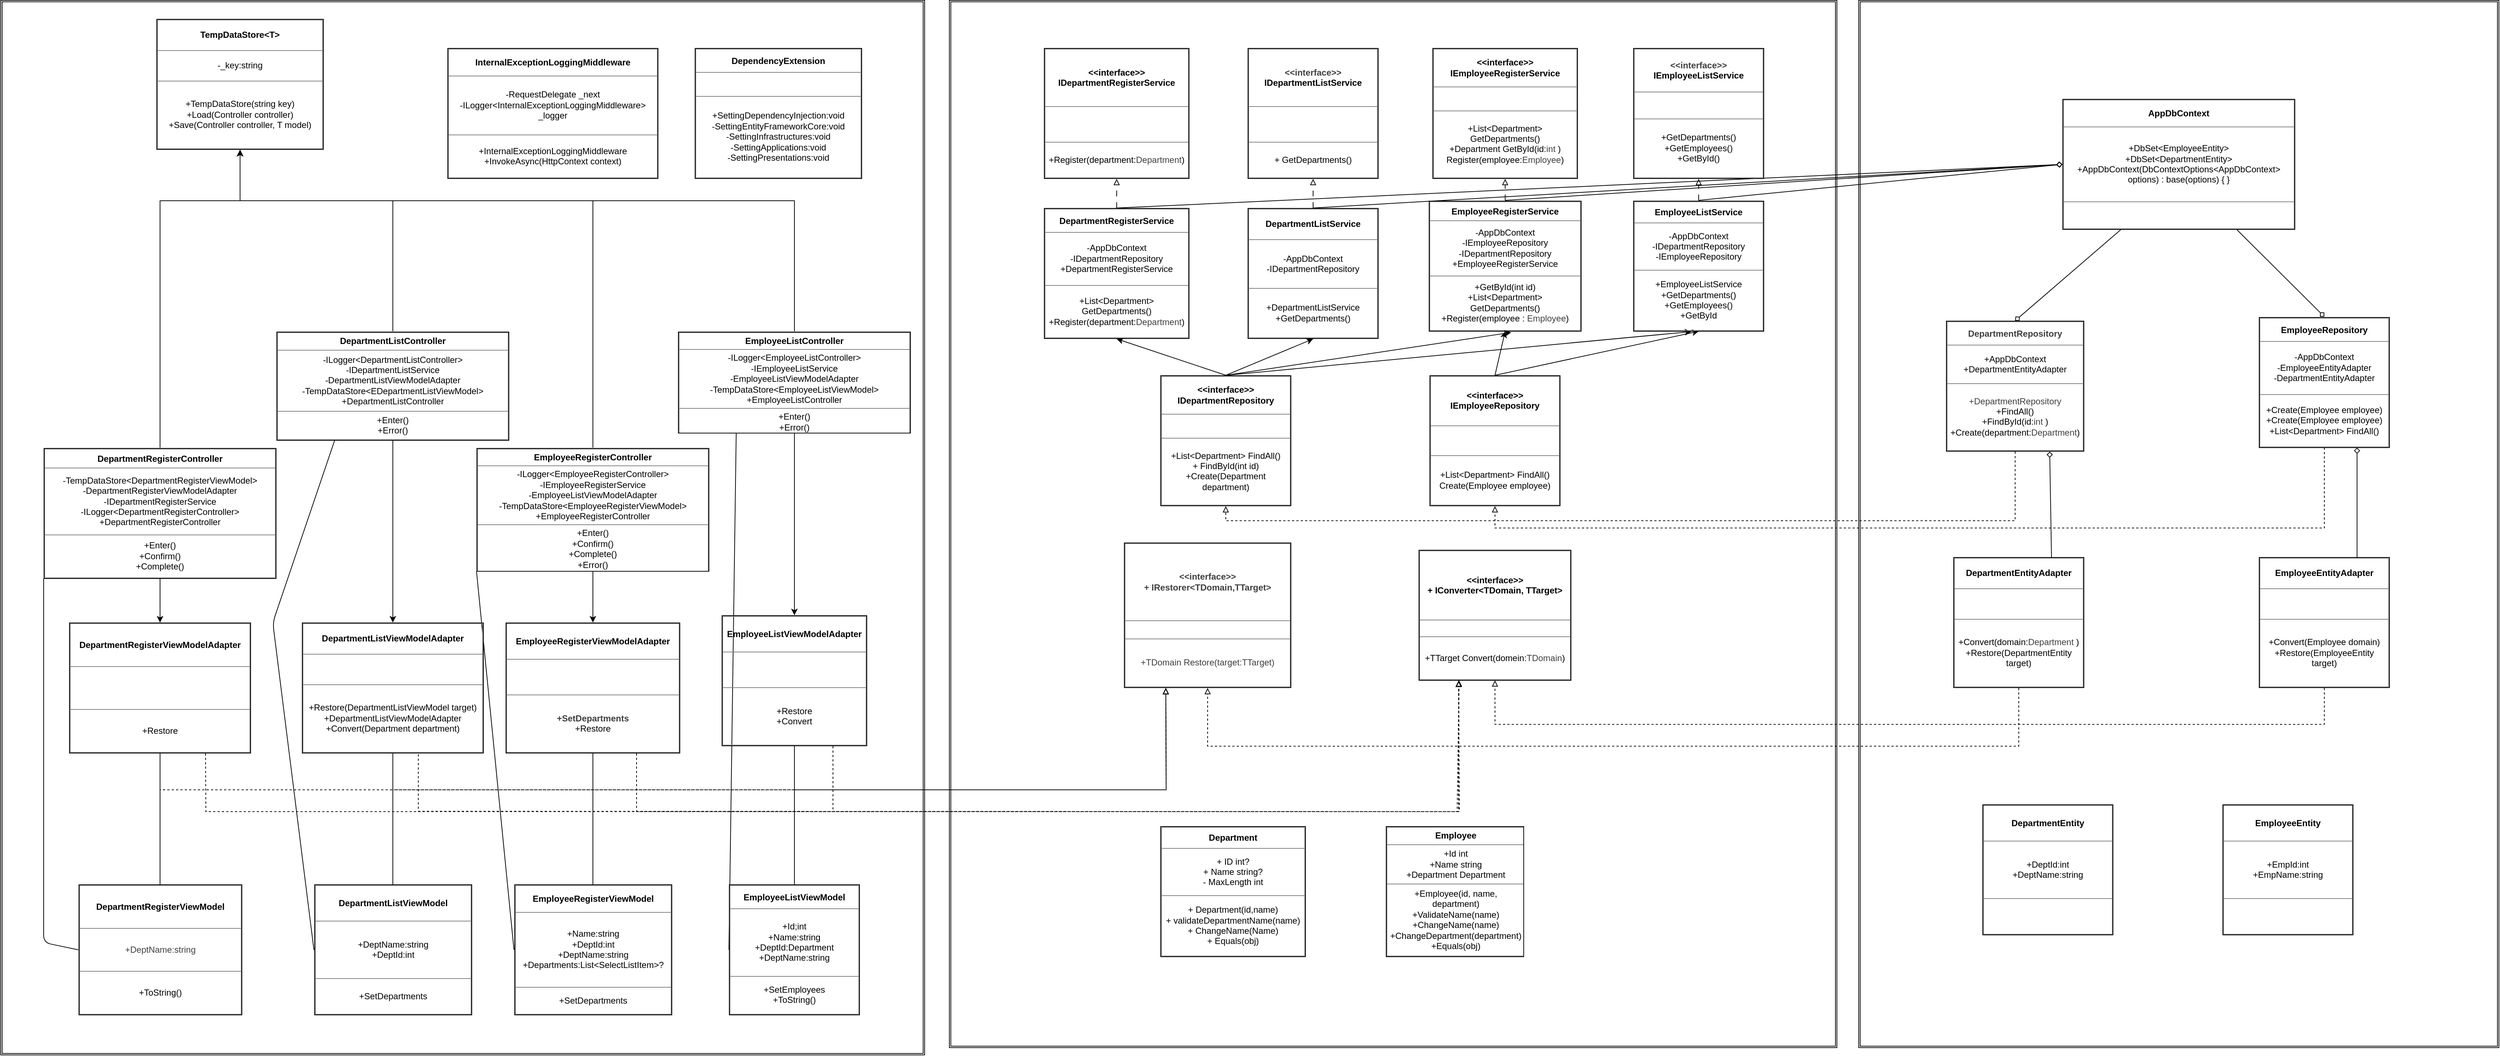
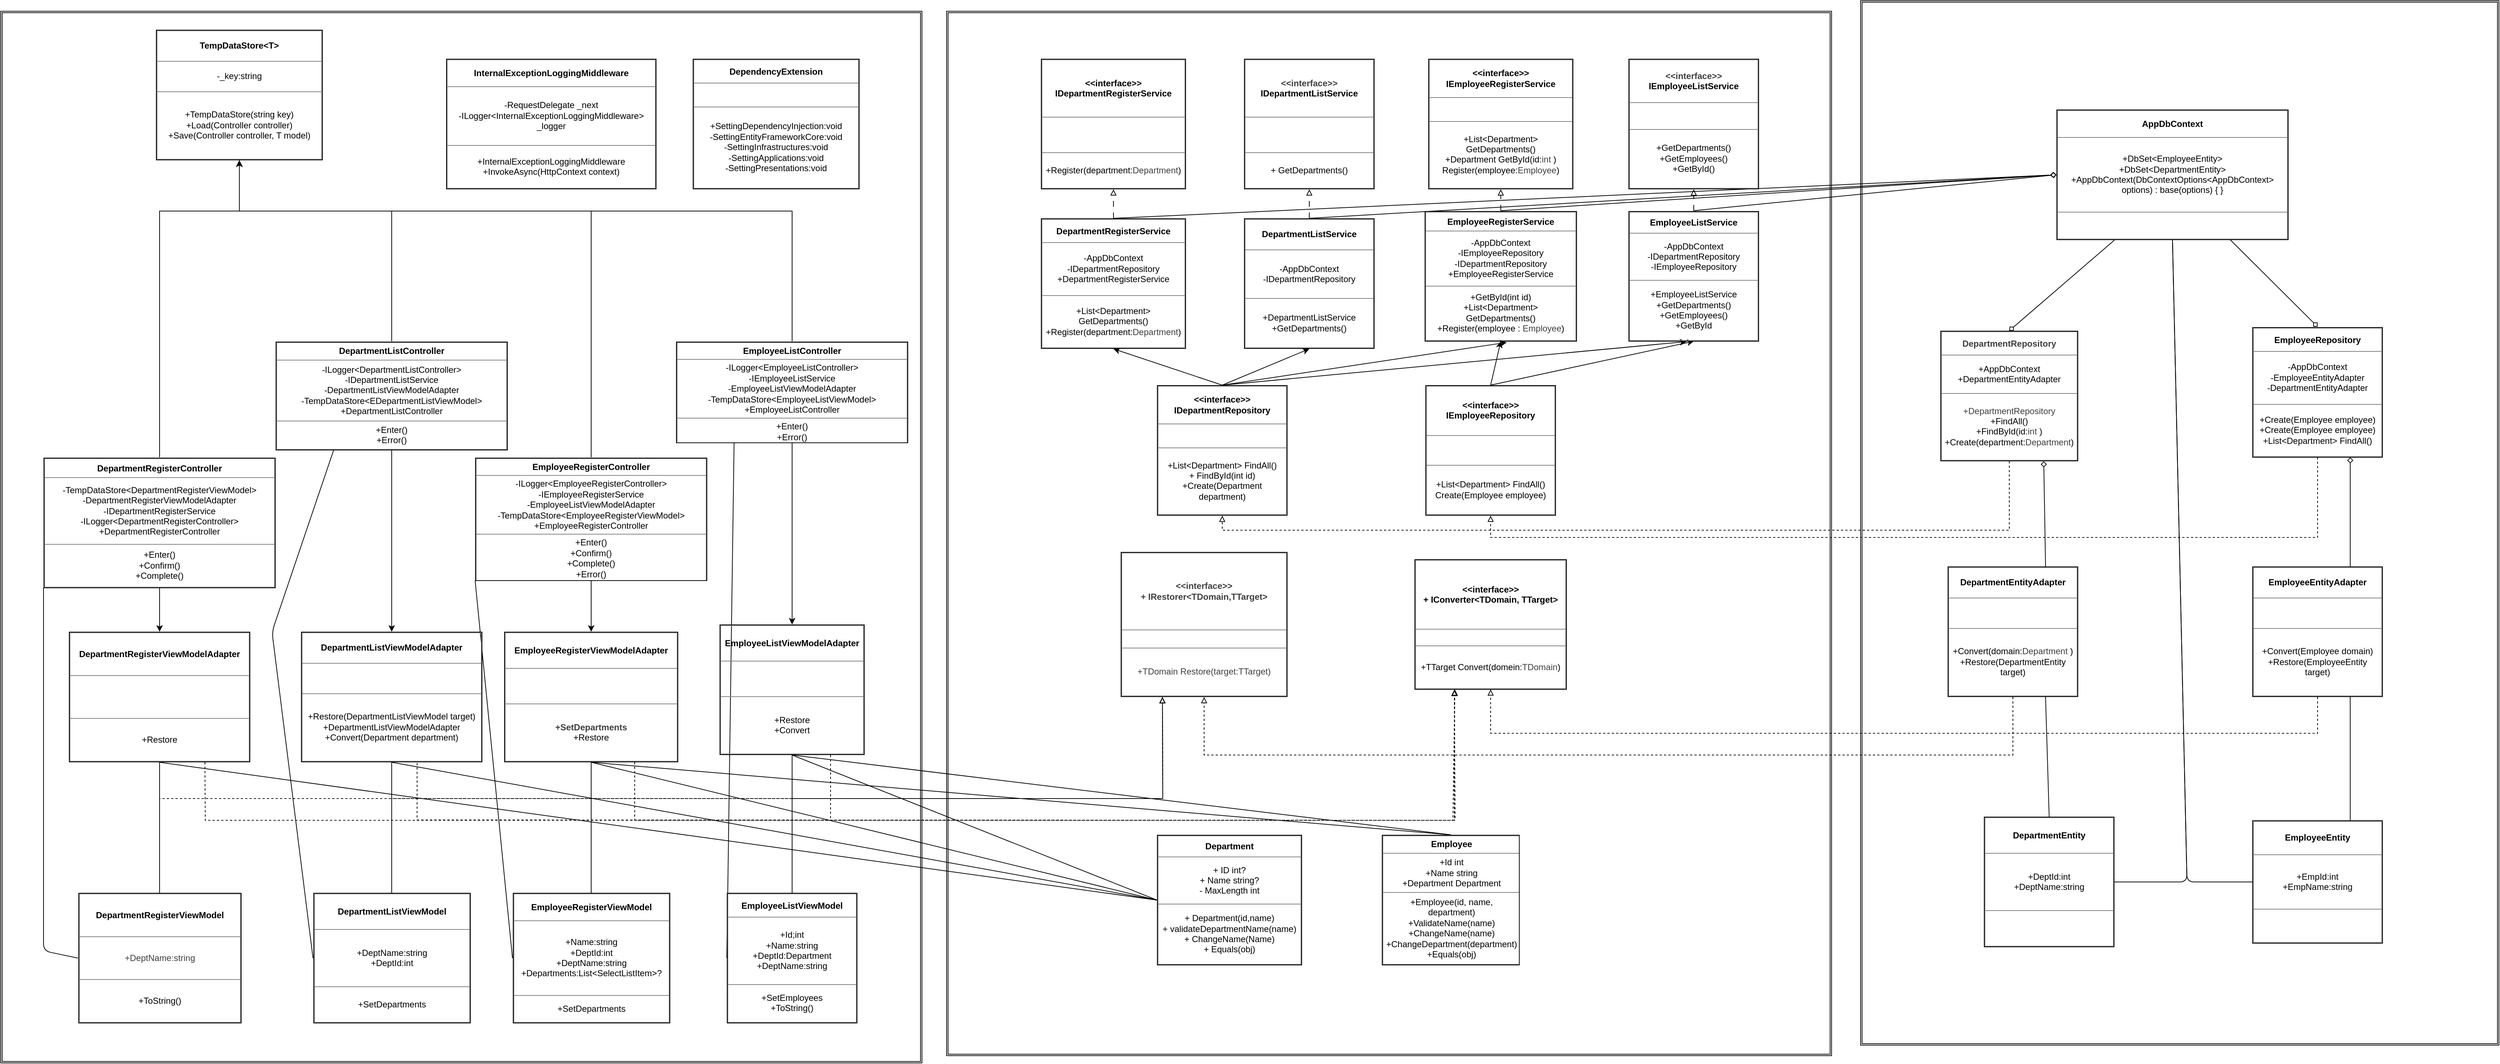
<mxfile host="65bd71144e">
    <diagram name="ページ-1" id="61RVPWnuirh5MR-BbGoL">
-         <mxGraphModel dx="3704" dy="1937" grid="1" gridSize="10" guides="1" tooltips="1" connect="1" arrows="1" fold="1" page="1" pageScale="1" pageWidth="827" pageHeight="1169" math="0" shadow="0">
+         <mxGraphModel dx="2669" dy="1776" grid="1" gridSize="10" guides="1" tooltips="1" connect="1" arrows="1" fold="1" page="1" pageScale="1" pageWidth="827" pageHeight="1169" math="0" shadow="0">
            <root>
                <mxCell id="0"/>
                <mxCell id="1" parent="0"/>
                <mxCell id="60" value="" style="shape=ext;double=1;rounded=0;whiteSpace=wrap;html=1;" parent="1" vertex="1">
-                     <mxGeometry x="900" y="-35.5" width="880" height="1440" as="geometry"/>
+                     <mxGeometry x="910" y="-50" width="880" height="1440" as="geometry"/>
                </mxCell>
                <mxCell id="59" value="" style="shape=ext;double=1;rounded=0;whiteSpace=wrap;html=1;" parent="1" vertex="1">
                    <mxGeometry x="-350" y="-35.5" width="1220" height="1440" as="geometry"/>
                </mxCell>
                <mxCell id="58" value="" style="shape=ext;double=1;rounded=0;whiteSpace=wrap;html=1;" parent="1" vertex="1">
                    <mxGeometry x="-1654" y="-35.5" width="1270" height="1450" as="geometry"/>
                </mxCell>
                <mxCell id="72" style="edgeStyle=none;html=1;exitX=0.5;exitY=1;exitDx=0;exitDy=0;entryX=0.5;entryY=0;entryDx=0;entryDy=0;" parent="1" source="2" target="50" edge="1">
                    <mxGeometry relative="1" as="geometry"/>
                </mxCell>
                <mxCell id="75" style="edgeStyle=none;html=1;exitX=0.5;exitY=0;exitDx=0;exitDy=0;entryX=0.5;entryY=1;entryDx=0;entryDy=0;rounded=0;curved=0;" parent="1" source="2" target="41" edge="1">
                    <mxGeometry relative="1" as="geometry">
                        <Array as="points">
                            <mxPoint x="-1115" y="240"/>
                            <mxPoint x="-1325" y="240"/>
                        </Array>
                    </mxGeometry>
                </mxCell>
-                 <mxCell id="143" style="edgeStyle=none;html=1;exitX=0.25;exitY=1;exitDx=0;exitDy=0;entryX=0;entryY=0.5;entryDx=0;entryDy=0;endArrow=none;endFill=0;" edge="1" parent="1" source="2" target="49">
+                 <mxCell id="143" style="edgeStyle=none;html=1;exitX=0.25;exitY=1;exitDx=0;exitDy=0;entryX=0;entryY=0.5;entryDx=0;entryDy=0;endArrow=none;endFill=0;" parent="1" source="2" target="49" edge="1">
                    <mxGeometry relative="1" as="geometry">
                        <Array as="points">
                            <mxPoint x="-1280" y="820"/>
                        </Array>
                    </mxGeometry>
                </mxCell>
                <mxCell id="2" value="&lt;table border=&quot;1&quot; width=&quot;100%&quot; height=&quot;100%&quot; cellpadding=&quot;4&quot; style=&quot;width:100%;height:100%;border-collapse:collapse;&quot;&gt;&lt;tbody&gt;&lt;tr&gt;&lt;th align=&quot;center&quot;&gt;DepartmentListController&lt;/th&gt;&lt;/tr&gt;&lt;tr&gt;&lt;td align=&quot;center&quot;&gt;-ILogger&amp;lt;DepartmentListController&amp;gt;&lt;br&gt;-IDepartmentListService&lt;br&gt;-DepartmentListViewModelAdapter&lt;br&gt;-TempDataStore&amp;lt;EDepartmentListViewModel&amp;gt;&lt;br&gt;+DepartmentListController&lt;/td&gt;&lt;/tr&gt;&lt;tr&gt;&lt;td align=&quot;center&quot;&gt;+Enter()&lt;br&gt;+Error()&lt;/td&gt;&lt;/tr&gt;&lt;/tbody&gt;&lt;/table&gt;" style="text;html=1;whiteSpace=wrap;strokeColor=none;fillColor=none;overflow=fill;labelBorderColor=default;" parent="1" vertex="1">
                    <mxGeometry x="-1275" y="419.5" width="320" height="150" as="geometry"/>
                </mxCell>
                <mxCell id="73" style="edgeStyle=none;html=1;exitX=0.5;exitY=1;exitDx=0;exitDy=0;entryX=0.5;entryY=0;entryDx=0;entryDy=0;" parent="1" source="6" target="52" edge="1">
                    <mxGeometry relative="1" as="geometry"/>
                </mxCell>
                <mxCell id="74" style="edgeStyle=none;html=1;exitX=0.5;exitY=0;exitDx=0;exitDy=0;entryX=0.5;entryY=1;entryDx=0;entryDy=0;rounded=0;curved=0;" parent="1" source="6" target="41" edge="1">
                    <mxGeometry relative="1" as="geometry">
                        <Array as="points">
                            <mxPoint x="-1435" y="240"/>
                            <mxPoint x="-1325" y="240"/>
                        </Array>
                    </mxGeometry>
                </mxCell>
-                 <mxCell id="142" style="edgeStyle=none;html=1;exitX=0;exitY=1;exitDx=0;exitDy=0;entryX=0;entryY=0.5;entryDx=0;entryDy=0;endArrow=none;endFill=0;" edge="1" parent="1" source="6" target="51">
+                 <mxCell id="142" style="edgeStyle=none;html=1;exitX=0;exitY=1;exitDx=0;exitDy=0;entryX=0;entryY=0.5;entryDx=0;entryDy=0;endArrow=none;endFill=0;" parent="1" source="6" target="51" edge="1">
                    <mxGeometry relative="1" as="geometry">
                        <Array as="points">
                            <mxPoint x="-1595" y="1260"/>
                        </Array>
                    </mxGeometry>
                </mxCell>
                <mxCell id="6" value="&lt;table border=&quot;1&quot; width=&quot;100%&quot; height=&quot;100%&quot; cellpadding=&quot;4&quot; style=&quot;width:100%;height:100%;border-collapse:collapse;&quot;&gt;&lt;tbody&gt;&lt;tr&gt;&lt;th align=&quot;center&quot;&gt;DepartmentRegisterController&lt;/th&gt;&lt;/tr&gt;&lt;tr&gt;&lt;td align=&quot;center&quot;&gt;-TempDataStore&amp;lt;DepartmentRegisterViewModel&amp;gt;&lt;br&gt;-DepartmentRegisterViewModelAdapter&lt;br&gt;-IDepartmentRegisterService&lt;br&gt;-ILogger&amp;lt;DepartmentRegisterController&amp;gt;&lt;br&gt;+DepartmentRegisterController&lt;br&gt;&lt;/td&gt;&lt;/tr&gt;&lt;tr&gt;&lt;td align=&quot;center&quot;&gt;+Enter()&lt;br&gt;+Confirm()&lt;br&gt;+Complete()&lt;/td&gt;&lt;/tr&gt;&lt;/tbody&gt;&lt;/table&gt;" style="text;html=1;whiteSpace=wrap;strokeColor=none;fillColor=none;overflow=fill;labelBorderColor=default;" parent="1" vertex="1">
                    <mxGeometry x="-1595" y="579.5" width="320" height="180" as="geometry"/>
                </mxCell>
                <mxCell id="70" style="edgeStyle=none;html=1;exitX=0.5;exitY=1;exitDx=0;exitDy=0;entryX=0.5;entryY=0;entryDx=0;entryDy=0;" parent="1" source="9" target="56" edge="1">
                    <mxGeometry relative="1" as="geometry"/>
                </mxCell>
                <mxCell id="77" style="edgeStyle=none;html=1;exitX=0.5;exitY=0;exitDx=0;exitDy=0;entryX=0.5;entryY=1;entryDx=0;entryDy=0;rounded=0;curved=0;" parent="1" source="9" target="41" edge="1">
                    <mxGeometry relative="1" as="geometry">
                        <Array as="points">
                            <mxPoint x="-563" y="240"/>
                            <mxPoint x="-840" y="240"/>
                            <mxPoint x="-1325" y="240"/>
                        </Array>
                    </mxGeometry>
                </mxCell>
-                 <mxCell id="145" style="edgeStyle=none;html=1;exitX=0.25;exitY=1;exitDx=0;exitDy=0;entryX=0;entryY=0.5;entryDx=0;entryDy=0;endArrow=none;endFill=0;" edge="1" parent="1" source="9" target="55">
+                 <mxCell id="145" style="edgeStyle=none;html=1;exitX=0.25;exitY=1;exitDx=0;exitDy=0;entryX=0;entryY=0.5;entryDx=0;entryDy=0;endArrow=none;endFill=0;" parent="1" source="9" target="55" edge="1">
                    <mxGeometry relative="1" as="geometry"/>
                </mxCell>
                <mxCell id="9" value="&lt;table border=&quot;1&quot; width=&quot;100%&quot; height=&quot;100%&quot; cellpadding=&quot;4&quot; style=&quot;width:100%;height:100%;border-collapse:collapse;&quot;&gt;&lt;tbody&gt;&lt;tr&gt;&lt;th align=&quot;center&quot;&gt;EmployeeListController&lt;/th&gt;&lt;/tr&gt;&lt;tr&gt;&lt;td align=&quot;center&quot;&gt;-ILogger&amp;lt;EmployeeListController&amp;gt;&lt;br&gt;-IEmployeeListService&lt;br&gt;-EmployeeListViewModelAdapter&lt;br&gt;-TempDataStore&amp;lt;EmployeeListViewModel&amp;gt;&lt;br&gt;+EmployeeListController&lt;/td&gt;&lt;/tr&gt;&lt;tr&gt;&lt;td align=&quot;center&quot;&gt;+Enter()&lt;br&gt;+Error()&lt;/td&gt;&lt;/tr&gt;&lt;/tbody&gt;&lt;/table&gt;" style="text;html=1;whiteSpace=wrap;strokeColor=none;fillColor=none;overflow=fill;labelBorderColor=default;" parent="1" vertex="1">
                    <mxGeometry x="-723" y="419.5" width="320" height="140" as="geometry"/>
                </mxCell>
                <mxCell id="71" style="edgeStyle=none;html=1;exitX=0.5;exitY=1;exitDx=0;exitDy=0;entryX=0.5;entryY=0;entryDx=0;entryDy=0;" parent="1" source="10" target="54" edge="1">
                    <mxGeometry relative="1" as="geometry"/>
                </mxCell>
                <mxCell id="76" style="edgeStyle=none;html=1;exitX=0.5;exitY=0;exitDx=0;exitDy=0;entryX=0.5;entryY=1;entryDx=0;entryDy=0;rounded=0;curved=0;" parent="1" source="10" target="41" edge="1">
                    <mxGeometry relative="1" as="geometry">
                        <Array as="points">
                            <mxPoint x="-840" y="240"/>
                            <mxPoint x="-1325" y="240"/>
                        </Array>
                    </mxGeometry>
                </mxCell>
-                 <mxCell id="144" style="edgeStyle=none;html=1;exitX=0;exitY=1;exitDx=0;exitDy=0;entryX=0;entryY=0.5;entryDx=0;entryDy=0;endArrow=none;endFill=0;" edge="1" parent="1" source="10" target="53">
+                 <mxCell id="144" style="edgeStyle=none;html=1;exitX=0;exitY=1;exitDx=0;exitDy=0;entryX=0;entryY=0.5;entryDx=0;entryDy=0;endArrow=none;endFill=0;" parent="1" source="10" target="53" edge="1">
                    <mxGeometry relative="1" as="geometry"/>
                </mxCell>
                <mxCell id="10" value="&lt;table border=&quot;1&quot; width=&quot;100%&quot; height=&quot;100%&quot; cellpadding=&quot;4&quot; style=&quot;width:100%;height:100%;border-collapse:collapse;&quot;&gt;&lt;tbody&gt;&lt;tr&gt;&lt;th align=&quot;center&quot;&gt;EmployeeRegisterController&lt;/th&gt;&lt;/tr&gt;&lt;tr&gt;&lt;td align=&quot;center&quot;&gt;-ILogger&amp;lt;EmployeeRegisterController&amp;gt;&lt;br&gt;-IEmployeeRegisterService&lt;br&gt;-EmployeeListViewModelAdapter&lt;br&gt;-TempDataStore&amp;lt;EmployeeRegisterViewModel&amp;gt;&lt;br&gt;+EmployeeRegisterController&lt;/td&gt;&lt;/tr&gt;&lt;tr&gt;&lt;td align=&quot;center&quot;&gt;+Enter()&lt;br&gt;+Confirm()&lt;br&gt;+Complete()&lt;br&gt;+Error()&lt;/td&gt;&lt;/tr&gt;&lt;/tbody&gt;&lt;/table&gt;" style="text;html=1;whiteSpace=wrap;strokeColor=none;fillColor=none;overflow=fill;labelBorderColor=default;" parent="1" vertex="1">
                    <mxGeometry x="-1000" y="579.5" width="320" height="170" as="geometry"/>
                </mxCell>
                <mxCell id="11" value="&lt;table border=&quot;1&quot; width=&quot;100%&quot; height=&quot;100%&quot; cellpadding=&quot;4&quot; style=&quot;width:100%;height:100%;border-collapse:collapse;&quot;&gt;&lt;tbody&gt;&lt;tr&gt;&lt;th align=&quot;center&quot;&gt;&amp;lt;&amp;lt;interface&amp;gt;&amp;gt;&lt;br&gt;+ IConverter&amp;lt;TDomain, TTarget&amp;gt;&lt;/th&gt;&lt;/tr&gt;&lt;tr&gt;&lt;td align=&quot;center&quot;&gt;&lt;/td&gt;&lt;/tr&gt;&lt;tr&gt;&lt;td align=&quot;center&quot;&gt;+TTarget Convert(domein:&lt;span style=&quot;color: rgb(63, 63, 63);&quot;&gt;TDomain&lt;/span&gt;)&lt;br&gt;&lt;/td&gt;&lt;/tr&gt;&lt;/tbody&gt;&lt;/table&gt;" style="text;html=1;whiteSpace=wrap;strokeColor=none;fillColor=none;overflow=fill;labelBackgroundColor=none;labelBorderColor=default;" parent="1" vertex="1">
                    <mxGeometry x="295" y="719.5" width="210" height="180" as="geometry"/>
                </mxCell>
+                 <mxCell id="151" style="edgeStyle=none;html=1;exitX=0;exitY=0.5;exitDx=0;exitDy=0;entryX=0.5;entryY=1;entryDx=0;entryDy=0;endArrow=none;endFill=0;" parent="1" source="14" target="56" edge="1">
+                     <mxGeometry relative="1" as="geometry"/>
+                 </mxCell>
+                 <mxCell id="152" style="edgeStyle=none;html=1;exitX=0;exitY=0.5;exitDx=0;exitDy=0;entryX=0.5;entryY=1;entryDx=0;entryDy=0;endArrow=none;endFill=0;" parent="1" source="14" target="54" edge="1">
+                     <mxGeometry relative="1" as="geometry"/>
+                 </mxCell>
+                 <mxCell id="153" style="edgeStyle=none;html=1;exitX=0;exitY=0.5;exitDx=0;exitDy=0;entryX=0.5;entryY=1;entryDx=0;entryDy=0;endArrow=none;endFill=0;" parent="1" source="14" target="50" edge="1">
+                     <mxGeometry relative="1" as="geometry"/>
+                 </mxCell>
+                 <mxCell id="154" style="edgeStyle=none;html=1;exitX=0;exitY=0.5;exitDx=0;exitDy=0;entryX=0.5;entryY=1;entryDx=0;entryDy=0;endArrow=none;endFill=0;" parent="1" source="14" target="52" edge="1">
+                     <mxGeometry relative="1" as="geometry"/>
+                 </mxCell>
                <mxCell id="14" value="&lt;table border=&quot;1&quot; width=&quot;100%&quot; height=&quot;100%&quot; cellpadding=&quot;4&quot; style=&quot;width:100%;height:100%;border-collapse:collapse;&quot;&gt;&lt;tbody&gt;&lt;tr&gt;&lt;th align=&quot;center&quot;&gt;Department&lt;/th&gt;&lt;/tr&gt;&lt;tr&gt;&lt;td align=&quot;center&quot;&gt;+ ID int?&lt;br&gt;+ Name string?&lt;br&gt;- MaxLength int&lt;/td&gt;&lt;/tr&gt;&lt;tr&gt;&lt;td align=&quot;center&quot;&gt;+ Department(id,name)&lt;br&gt;+ validateDepartmentName(name)&lt;br&gt;+ ChangeName(Name)&lt;br&gt;+ Equals(obj)&lt;/td&gt;&lt;/tr&gt;&lt;/tbody&gt;&lt;/table&gt;" style="text;html=1;whiteSpace=wrap;strokeColor=none;fillColor=none;overflow=fill;labelBorderColor=default;" parent="1" vertex="1">
                    <mxGeometry x="-60" y="1100" width="200" height="180" as="geometry"/>
                </mxCell>
+                 <mxCell id="155" style="edgeStyle=none;html=1;exitX=0.5;exitY=0;exitDx=0;exitDy=0;entryX=0.5;entryY=1;entryDx=0;entryDy=0;endArrow=none;endFill=0;" parent="1" source="15" target="56" edge="1">
+                     <mxGeometry relative="1" as="geometry"/>
+                 </mxCell>
+                 <mxCell id="156" style="edgeStyle=none;html=1;exitX=0.5;exitY=0;exitDx=0;exitDy=0;entryX=0.5;entryY=1;entryDx=0;entryDy=0;endArrow=none;endFill=0;" parent="1" source="15" target="54" edge="1">
+                     <mxGeometry relative="1" as="geometry"/>
+                 </mxCell>
                <mxCell id="15" value="&lt;table border=&quot;1&quot; width=&quot;100%&quot; height=&quot;100%&quot; cellpadding=&quot;4&quot; style=&quot;width:100%;height:100%;border-collapse:collapse;&quot;&gt;&lt;tbody&gt;&lt;tr&gt;&lt;th align=&quot;center&quot;&gt;Employee&lt;/th&gt;&lt;/tr&gt;&lt;tr&gt;&lt;td align=&quot;center&quot;&gt;&lt;font face=&quot;Helvetica&quot;&gt;+Id int&lt;br&gt;+Name string&lt;br&gt;+Department Department&lt;br&gt;&lt;/font&gt;&lt;/td&gt;&lt;/tr&gt;&lt;tr&gt;&lt;td align=&quot;center&quot;&gt;+Employee(id, name, department)&lt;br&gt;+ValidateName(name)&lt;br&gt;+ChangeName(name)&lt;br&gt;+ChangeDepartment(department)&lt;br&gt;+Equals(obj)&lt;/td&gt;&lt;/tr&gt;&lt;/tbody&gt;&lt;/table&gt;" style="text;html=1;whiteSpace=wrap;strokeColor=none;fillColor=none;overflow=fill;labelBackgroundColor=none;labelBorderColor=default;" parent="1" vertex="1">
                    <mxGeometry x="250" y="1100" width="190" height="180" as="geometry"/>
                </mxCell>
                <mxCell id="46" style="edgeStyle=none;html=1;exitX=0.5;exitY=0;exitDx=0;exitDy=0;entryX=0.5;entryY=1;entryDx=0;entryDy=0;" parent="1" source="16" target="22" edge="1">
                    <mxGeometry relative="1" as="geometry"/>
                </mxCell>
                <mxCell id="87" style="edgeStyle=none;html=1;exitX=0.5;exitY=0;exitDx=0;exitDy=0;" parent="1" source="16" edge="1">
                    <mxGeometry relative="1" as="geometry">
                        <mxPoint x="670" y="420" as="targetPoint"/>
                    </mxGeometry>
                </mxCell>
                <mxCell id="89" style="edgeStyle=none;html=1;exitX=0.5;exitY=0;exitDx=0;exitDy=0;entryX=0.5;entryY=1;entryDx=0;entryDy=0;" parent="1" source="16" target="81" edge="1">
                    <mxGeometry relative="1" as="geometry"/>
                </mxCell>
                <mxCell id="16" value="&lt;table border=&quot;1&quot; width=&quot;100%&quot; height=&quot;100%&quot; cellpadding=&quot;4&quot; style=&quot;width:100%;height:100%;border-collapse:collapse;&quot;&gt;&lt;tbody&gt;&lt;tr&gt;&lt;th align=&quot;center&quot;&gt;&amp;lt;&amp;lt;interface&amp;gt;&amp;gt;&lt;br&gt;IDepartmentRepository&lt;/th&gt;&lt;/tr&gt;&lt;tr&gt;&lt;td align=&quot;center&quot;&gt;&lt;br&gt;&lt;/td&gt;&lt;/tr&gt;&lt;tr&gt;&lt;td align=&quot;center&quot;&gt;+List&amp;lt;Department&amp;gt; FindAll()&lt;br&gt;+ FindById(int id)&lt;br&gt;+Create(Department department)&lt;/td&gt;&lt;/tr&gt;&lt;/tbody&gt;&lt;/table&gt;" style="text;html=1;whiteSpace=wrap;strokeColor=none;fillColor=none;overflow=fill;labelBorderColor=default;" parent="1" vertex="1">
                    <mxGeometry x="-60" y="480" width="180" height="180" as="geometry"/>
                </mxCell>
                <mxCell id="47" style="edgeStyle=none;html=1;exitX=0.5;exitY=0;exitDx=0;exitDy=0;entryX=0.5;entryY=1;entryDx=0;entryDy=0;" parent="1" source="17" target="23" edge="1">
                    <mxGeometry relative="1" as="geometry"/>
                </mxCell>
                <mxCell id="86" style="edgeStyle=none;html=1;exitX=0.5;exitY=0;exitDx=0;exitDy=0;entryX=0.5;entryY=1;entryDx=0;entryDy=0;" parent="1" source="17" target="83" edge="1">
                    <mxGeometry relative="1" as="geometry"/>
                </mxCell>
                <mxCell id="17" value="&lt;table border=&quot;1&quot; width=&quot;100%&quot; height=&quot;100%&quot; cellpadding=&quot;4&quot; style=&quot;width:100%;height:100%;border-collapse:collapse;&quot;&gt;&lt;tbody&gt;&lt;tr&gt;&lt;th align=&quot;center&quot;&gt;&amp;lt;&amp;lt;interface&amp;gt;&amp;gt;&lt;br&gt;IEmployeeRepository&lt;/th&gt;&lt;/tr&gt;&lt;tr&gt;&lt;td align=&quot;center&quot;&gt;&lt;br&gt;&lt;/td&gt;&lt;/tr&gt;&lt;tr&gt;&lt;td align=&quot;center&quot;&gt;+List&amp;lt;Department&amp;gt; FindAll()&lt;br&gt;Create(Employee employee)&lt;/td&gt;&lt;/tr&gt;&lt;/tbody&gt;&lt;/table&gt;" style="text;html=1;whiteSpace=wrap;strokeColor=none;fillColor=none;overflow=fill;labelBorderColor=default;" parent="1" vertex="1">
                    <mxGeometry x="310" y="480" width="180" height="180" as="geometry"/>
                </mxCell>
                <mxCell id="18" value="&lt;table border=&quot;1&quot; width=&quot;100%&quot; height=&quot;100%&quot; cellpadding=&quot;4&quot; style=&quot;width:100%;height:100%;border-collapse:collapse;&quot;&gt;&lt;tbody&gt;&lt;tr&gt;&lt;th align=&quot;center&quot;&gt;&amp;lt;&amp;lt;interface&amp;gt;&amp;gt;&lt;br&gt;IDepartmentRegisterService&lt;/th&gt;&lt;/tr&gt;&lt;tr&gt;&lt;td align=&quot;center&quot;&gt;&lt;br&gt;&lt;/td&gt;&lt;/tr&gt;&lt;tr&gt;&lt;td align=&quot;center&quot;&gt;+Register(department:&lt;span style=&quot;color: rgb(63, 63, 63);&quot;&gt;Department&lt;/span&gt;)&lt;br&gt;&lt;/td&gt;&lt;/tr&gt;&lt;/tbody&gt;&lt;/table&gt;" style="text;html=1;whiteSpace=wrap;strokeColor=none;fillColor=none;overflow=fill;labelBorderColor=default;" parent="1" vertex="1">
                    <mxGeometry x="-220" y="30" width="200" height="180" as="geometry"/>
                </mxCell>
                <mxCell id="19" value="&lt;table border=&quot;1&quot; width=&quot;100%&quot; height=&quot;100%&quot; cellpadding=&quot;4&quot; style=&quot;width:100%;height:100%;border-collapse:collapse;&quot;&gt;&lt;tbody&gt;&lt;tr&gt;&lt;th align=&quot;center&quot;&gt;&amp;lt;&amp;lt;interface&amp;gt;&amp;gt;&lt;br&gt;IEmployeeRegisterService&lt;/th&gt;&lt;/tr&gt;&lt;tr&gt;&lt;td align=&quot;center&quot;&gt;&lt;br&gt;&lt;/td&gt;&lt;/tr&gt;&lt;tr&gt;&lt;td align=&quot;center&quot;&gt;+List&amp;lt;Department&amp;gt; GetDepartments()&lt;br&gt;+Department GetById(id:&lt;span style=&quot;color: rgb(63, 63, 63);&quot;&gt;int&amp;nbsp;&lt;/span&gt;)&lt;br&gt;Register(employee:&lt;span style=&quot;color: rgb(63, 63, 63);&quot;&gt;Employee&lt;/span&gt;)&lt;br&gt;&lt;/td&gt;&lt;/tr&gt;&lt;/tbody&gt;&lt;/table&gt;" style="text;html=1;whiteSpace=wrap;strokeColor=none;fillColor=none;overflow=fill;labelBorderColor=default;" parent="1" vertex="1">
                    <mxGeometry x="314" y="30" width="200" height="180" as="geometry"/>
                </mxCell>
                <mxCell id="21" value="&lt;table border=&quot;1&quot; width=&quot;100%&quot; height=&quot;100%&quot; cellpadding=&quot;4&quot; style=&quot;width:100%;height:100%;border-collapse:collapse;&quot;&gt;&lt;tbody&gt;&lt;tr&gt;&lt;th align=&quot;center&quot;&gt;&lt;span style=&quot;color: rgb(63, 63, 63);&quot;&gt;&amp;lt;&amp;lt;interface&amp;gt;&amp;gt;&lt;br&gt;&lt;span style=&quot;color: rgb(63, 63, 63);&quot;&gt;+ IRestorer&amp;lt;TDomain,TTarget&amp;gt;&lt;/span&gt;&lt;/span&gt;&lt;/th&gt;&lt;/tr&gt;&lt;tr&gt;&lt;td align=&quot;center&quot;&gt;&lt;/td&gt;&lt;/tr&gt;&lt;tr&gt;&lt;td align=&quot;center&quot;&gt;&lt;span style=&quot;color: rgb(63, 63, 63);&quot;&gt;+TDomain Restore(target:&lt;span style=&quot;color: rgb(63, 63, 63);&quot;&gt;TTarget&lt;/span&gt;)&lt;br&gt;&lt;/span&gt;&lt;/td&gt;&lt;/tr&gt;&lt;/tbody&gt;&lt;/table&gt;" style="text;html=1;whiteSpace=wrap;strokeColor=none;fillColor=none;overflow=fill;labelBorderColor=default;" parent="1" vertex="1">
                    <mxGeometry x="-110" y="710" width="230" height="200" as="geometry"/>
                </mxCell>
                <mxCell id="33" style="edgeStyle=none;html=1;exitX=0.5;exitY=0;exitDx=0;exitDy=0;entryX=0.5;entryY=1;entryDx=0;entryDy=0;dashed=1;dashPattern=8 8;endArrow=block;endFill=0;" parent="1" source="22" target="18" edge="1">
                    <mxGeometry relative="1" as="geometry"/>
                </mxCell>
-                 <mxCell id="135" style="edgeStyle=none;html=1;exitX=0.5;exitY=0;exitDx=0;exitDy=0;endArrow=diamond;endFill=0;entryX=0;entryY=0.5;entryDx=0;entryDy=0;" edge="1" parent="1" source="22" target="27">
+                 <mxCell id="135" style="edgeStyle=none;html=1;exitX=0.5;exitY=0;exitDx=0;exitDy=0;endArrow=diamond;endFill=0;entryX=0;entryY=0.5;entryDx=0;entryDy=0;" parent="1" source="22" target="27" edge="1">
                    <mxGeometry relative="1" as="geometry">
                        <mxPoint x="1190" y="220" as="targetPoint"/>
                    </mxGeometry>
                </mxCell>
                <mxCell id="22" value="&lt;table border=&quot;1&quot; width=&quot;100%&quot; height=&quot;100%&quot; cellpadding=&quot;4&quot; style=&quot;width:100%;height:100%;border-collapse:collapse;&quot;&gt;&lt;tbody&gt;&lt;tr&gt;&lt;th align=&quot;center&quot;&gt;DepartmentRegisterService&lt;/th&gt;&lt;/tr&gt;&lt;tr&gt;&lt;td align=&quot;center&quot;&gt;-AppDbContext&lt;br&gt;-IDepartmentRepository&lt;br&gt;+DepartmentRegisterService&lt;/td&gt;&lt;/tr&gt;&lt;tr&gt;&lt;td align=&quot;center&quot;&gt;+List&amp;lt;Department&amp;gt; GetDepartments()&lt;br&gt;+Register(department:&lt;span style=&quot;color: rgb(63, 63, 63);&quot;&gt;Department&lt;/span&gt;)&lt;br&gt;&lt;/td&gt;&lt;/tr&gt;&lt;/tbody&gt;&lt;/table&gt;" style="text;html=1;whiteSpace=wrap;strokeColor=none;fillColor=none;overflow=fill;labelBorderColor=default;" parent="1" vertex="1">
                    <mxGeometry x="-220" y="250" width="200" height="180" as="geometry"/>
                </mxCell>
                <mxCell id="32" style="edgeStyle=none;html=1;exitX=0.5;exitY=0;exitDx=0;exitDy=0;entryX=0.5;entryY=1;entryDx=0;entryDy=0;dashed=1;dashPattern=8 8;endArrow=block;endFill=0;" parent="1" source="23" target="19" edge="1">
                    <mxGeometry relative="1" as="geometry"/>
                </mxCell>
-                 <mxCell id="133" style="edgeStyle=none;html=1;exitX=0.5;exitY=0;exitDx=0;exitDy=0;entryX=0;entryY=0.5;entryDx=0;entryDy=0;endArrow=diamond;endFill=0;" edge="1" parent="1" source="23" target="27">
+                 <mxCell id="133" style="edgeStyle=none;html=1;exitX=0.5;exitY=0;exitDx=0;exitDy=0;entryX=0;entryY=0.5;entryDx=0;entryDy=0;endArrow=diamond;endFill=0;" parent="1" source="23" target="27" edge="1">
                    <mxGeometry relative="1" as="geometry"/>
                </mxCell>
                <mxCell id="23" value="&lt;table border=&quot;1&quot; width=&quot;100%&quot; height=&quot;100%&quot; cellpadding=&quot;4&quot; style=&quot;width:100%;height:100%;border-collapse:collapse;&quot;&gt;&lt;tbody&gt;&lt;tr&gt;&lt;th align=&quot;center&quot;&gt;EmployeeRegisterService&lt;/th&gt;&lt;/tr&gt;&lt;tr&gt;&lt;td align=&quot;center&quot;&gt;-AppDbContext&lt;br&gt;-IEmployeeRepository&lt;br&gt;-IDepartmentRepository&lt;br&gt;+EmployeeRegisterService&lt;/td&gt;&lt;/tr&gt;&lt;tr&gt;&lt;td align=&quot;center&quot;&gt;+GetById(int id)&lt;br&gt;+List&amp;lt;Department&amp;gt; GetDepartments()&lt;br&gt;+Register(employee :&amp;nbsp;&lt;span style=&quot;color: rgb(63, 63, 63);&quot;&gt;Employee&lt;/span&gt;)&lt;br&gt;&lt;/td&gt;&lt;/tr&gt;&lt;/tbody&gt;&lt;/table&gt;" style="text;html=1;whiteSpace=wrap;strokeColor=none;fillColor=none;overflow=fill;labelBorderColor=default;" parent="1" vertex="1">
                    <mxGeometry x="309" y="239.5" width="210" height="180" as="geometry"/>
                </mxCell>
                <mxCell id="38" style="edgeStyle=none;html=1;exitX=0.5;exitY=1;exitDx=0;exitDy=0;entryX=0.5;entryY=1;entryDx=0;entryDy=0;rounded=0;curved=0;dashed=1;endArrow=block;endFill=0;" parent="1" source="25" target="21" edge="1">
                    <mxGeometry relative="1" as="geometry">
                        <Array as="points">
                            <mxPoint x="1120" y="990"/>
                            <mxPoint x="260" y="990"/>
                            <mxPoint x="5" y="990"/>
                        </Array>
                    </mxGeometry>
                </mxCell>
-                 <mxCell id="128" style="edgeStyle=none;html=1;exitX=0.75;exitY=0;exitDx=0;exitDy=0;entryX=0.75;entryY=1;entryDx=0;entryDy=0;endArrow=diamond;endFill=0;" edge="1" parent="1" source="25" target="30">
+                 <mxCell id="128" style="edgeStyle=none;html=1;exitX=0.75;exitY=0;exitDx=0;exitDy=0;entryX=0.75;entryY=1;entryDx=0;entryDy=0;endArrow=diamond;endFill=0;" parent="1" source="25" target="30" edge="1">
                    <mxGeometry relative="1" as="geometry"/>
                </mxCell>
                <mxCell id="25" value="&lt;table border=&quot;1&quot; width=&quot;100%&quot; height=&quot;100%&quot; cellpadding=&quot;4&quot; style=&quot;width:100%;height:100%;border-collapse:collapse;&quot;&gt;&lt;tbody&gt;&lt;tr&gt;&lt;th align=&quot;center&quot;&gt;DepartmentEntityAdapter&lt;/th&gt;&lt;/tr&gt;&lt;tr&gt;&lt;td align=&quot;center&quot;&gt;&lt;br&gt;&lt;/td&gt;&lt;/tr&gt;&lt;tr&gt;&lt;td align=&quot;center&quot;&gt;+Convert(domain:&lt;span style=&quot;color: rgb(63, 63, 63);&quot;&gt;Department&amp;nbsp;&lt;/span&gt;)&lt;br&gt;+Restore(DepartmentEntity target)&lt;/td&gt;&lt;/tr&gt;&lt;/tbody&gt;&lt;/table&gt;" style="text;html=1;whiteSpace=wrap;strokeColor=none;fillColor=none;overflow=fill;labelBorderColor=default;" parent="1" vertex="1">
                    <mxGeometry x="1030" y="730" width="180" height="180" as="geometry"/>
                </mxCell>
-                 <mxCell id="129" style="edgeStyle=none;html=1;exitX=0.75;exitY=0;exitDx=0;exitDy=0;entryX=0.75;entryY=1;entryDx=0;entryDy=0;endArrow=diamond;endFill=0;" edge="1" parent="1" source="26" target="31">
+                 <mxCell id="129" style="edgeStyle=none;html=1;exitX=0.75;exitY=0;exitDx=0;exitDy=0;entryX=0.75;entryY=1;entryDx=0;entryDy=0;endArrow=diamond;endFill=0;" parent="1" source="26" target="31" edge="1">
                    <mxGeometry relative="1" as="geometry"/>
                </mxCell>
                <mxCell id="26" value="&lt;table border=&quot;1&quot; width=&quot;100%&quot; height=&quot;100%&quot; cellpadding=&quot;4&quot; style=&quot;width:100%;height:100%;border-collapse:collapse;&quot;&gt;&lt;tbody&gt;&lt;tr&gt;&lt;th align=&quot;center&quot;&gt;EmployeeEntityAdapter&lt;/th&gt;&lt;/tr&gt;&lt;tr&gt;&lt;td align=&quot;center&quot;&gt;&lt;br&gt;&lt;/td&gt;&lt;/tr&gt;&lt;tr&gt;&lt;td align=&quot;center&quot;&gt;+Convert(Employee domain)&lt;br&gt;+Restore(EmployeeEntity target)&lt;/td&gt;&lt;/tr&gt;&lt;/tbody&gt;&lt;/table&gt;" style="text;html=1;whiteSpace=wrap;strokeColor=none;fillColor=none;overflow=fill;labelBorderColor=default;" parent="1" vertex="1">
                    <mxGeometry x="1450" y="730" width="180" height="180" as="geometry"/>
                </mxCell>
-                 <mxCell id="130" style="edgeStyle=none;html=1;exitX=0.25;exitY=1;exitDx=0;exitDy=0;entryX=0.5;entryY=0;entryDx=0;entryDy=0;endArrow=diamond;endFill=0;" edge="1" parent="1" source="27" target="30">
-                     <mxGeometry relative="1" as="geometry"/>
-                 </mxCell>
-                 <mxCell id="131" style="edgeStyle=none;html=1;exitX=0.75;exitY=1;exitDx=0;exitDy=0;entryX=0.5;entryY=0;entryDx=0;entryDy=0;endArrow=diamond;endFill=0;" edge="1" parent="1" source="27" target="31">
-                     <mxGeometry relative="1" as="geometry"/>
+                 <mxCell id="130" style="edgeStyle=none;html=1;exitX=0.25;exitY=1;exitDx=0;exitDy=0;entryX=0.5;entryY=0;entryDx=0;entryDy=0;endArrow=diamond;endFill=0;" parent="1" source="27" target="30" edge="1">
+                     <mxGeometry relative="1" as="geometry"/>
+                 </mxCell>
+                 <mxCell id="131" style="edgeStyle=none;html=1;exitX=0.75;exitY=1;exitDx=0;exitDy=0;entryX=0.5;entryY=0;entryDx=0;entryDy=0;endArrow=diamond;endFill=0;" parent="1" source="27" target="31" edge="1">
+                     <mxGeometry relative="1" as="geometry"/>
+                 </mxCell>
+                 <mxCell id="148" style="edgeStyle=none;html=1;exitX=0.5;exitY=1;exitDx=0;exitDy=0;entryX=1;entryY=0.5;entryDx=0;entryDy=0;endArrow=none;endFill=0;" parent="1" source="27" target="28" edge="1">
+                     <mxGeometry relative="1" as="geometry">
+                         <Array as="points">
+                             <mxPoint x="1360" y="1165"/>
+                         </Array>
+                     </mxGeometry>
                </mxCell>
                <mxCell id="27" value="&lt;table border=&quot;1&quot; width=&quot;100%&quot; height=&quot;100%&quot; cellpadding=&quot;4&quot; style=&quot;width:100%;height:100%;border-collapse:collapse;&quot;&gt;&lt;tbody&gt;&lt;tr&gt;&lt;th align=&quot;center&quot;&gt;AppDbContext&lt;/th&gt;&lt;/tr&gt;&lt;tr&gt;&lt;td align=&quot;center&quot;&gt;+DbSet&amp;lt;EmployeeEntity&amp;gt;&lt;br&gt;+DbSet&amp;lt;DepartmentEntity&amp;gt;&lt;br&gt;+AppDbContext(DbContextOptions&amp;lt;AppDbContext&amp;gt; options) : base(options) { }&lt;/td&gt;&lt;/tr&gt;&lt;tr&gt;&lt;td align=&quot;center&quot;&gt;&lt;br&gt;&lt;/td&gt;&lt;/tr&gt;&lt;/tbody&gt;&lt;/table&gt;" style="text;html=1;whiteSpace=wrap;strokeColor=none;fillColor=none;overflow=fill;labelBorderColor=default;" parent="1" vertex="1">
                    <mxGeometry x="1180" y="100" width="320" height="180" as="geometry"/>
                </mxCell>
+                 <mxCell id="146" style="edgeStyle=none;html=1;exitX=0.5;exitY=0;exitDx=0;exitDy=0;entryX=0.75;entryY=1;entryDx=0;entryDy=0;endArrow=none;endFill=0;" parent="1" source="28" target="25" edge="1">
+                     <mxGeometry relative="1" as="geometry"/>
+                 </mxCell>
                <mxCell id="28" value="&lt;table border=&quot;1&quot; width=&quot;100%&quot; height=&quot;100%&quot; cellpadding=&quot;4&quot; style=&quot;width:100%;height:100%;border-collapse:collapse;&quot;&gt;&lt;tbody&gt;&lt;tr&gt;&lt;th align=&quot;center&quot;&gt;DepartmentEntity&lt;/th&gt;&lt;/tr&gt;&lt;tr&gt;&lt;td align=&quot;center&quot;&gt;+DeptId:int&lt;br&gt;+DeptName:string&lt;/td&gt;&lt;/tr&gt;&lt;tr&gt;&lt;td align=&quot;center&quot;&gt;&lt;br&gt;&lt;/td&gt;&lt;/tr&gt;&lt;/tbody&gt;&lt;/table&gt;" style="text;html=1;whiteSpace=wrap;strokeColor=none;fillColor=none;overflow=fill;labelBorderColor=default;" parent="1" vertex="1">
-                     <mxGeometry x="1070" y="1070" width="180" height="180" as="geometry"/>
+                     <mxGeometry x="1080" y="1075" width="180" height="180" as="geometry"/>
+                 </mxCell>
+                 <mxCell id="147" style="edgeStyle=none;html=1;exitX=0.75;exitY=0;exitDx=0;exitDy=0;entryX=0.75;entryY=1;entryDx=0;entryDy=0;endArrow=none;endFill=0;" parent="1" source="29" target="26" edge="1">
+                     <mxGeometry relative="1" as="geometry"/>
+                 </mxCell>
+                 <mxCell id="149" style="edgeStyle=none;html=1;exitX=0;exitY=0.5;exitDx=0;exitDy=0;endArrow=none;endFill=0;" parent="1" source="29" edge="1">
+                     <mxGeometry relative="1" as="geometry">
+                         <mxPoint x="1340" y="280" as="targetPoint"/>
+                         <Array as="points">
+                             <mxPoint x="1360" y="1165"/>
+                         </Array>
+                     </mxGeometry>
                </mxCell>
                <mxCell id="29" value="&lt;table border=&quot;1&quot; width=&quot;100%&quot; height=&quot;100%&quot; cellpadding=&quot;4&quot; style=&quot;width:100%;height:100%;border-collapse:collapse;&quot;&gt;&lt;tbody&gt;&lt;tr&gt;&lt;th align=&quot;center&quot;&gt;EmployeeEntity&lt;/th&gt;&lt;/tr&gt;&lt;tr&gt;&lt;td align=&quot;center&quot;&gt;+EmpId:int&lt;br&gt;+EmpName:string&lt;/td&gt;&lt;/tr&gt;&lt;tr&gt;&lt;td align=&quot;center&quot;&gt;&lt;br&gt;&lt;/td&gt;&lt;/tr&gt;&lt;/tbody&gt;&lt;/table&gt;" style="text;html=1;whiteSpace=wrap;strokeColor=none;fillColor=none;overflow=fill;labelBorderColor=default;" parent="1" vertex="1">
-                     <mxGeometry x="1400" y="1070" width="180" height="180" as="geometry"/>
+                     <mxGeometry x="1450" y="1080" width="180" height="170" as="geometry"/>
                </mxCell>
                <mxCell id="34" style="edgeStyle=none;html=1;exitX=0.5;exitY=1;exitDx=0;exitDy=0;entryX=0.5;entryY=1;entryDx=0;entryDy=0;rounded=0;curved=0;dashed=1;endArrow=block;endFill=0;" parent="1" source="30" target="16" edge="1">
                    <mxGeometry relative="1" as="geometry">
                        <Array as="points">
                            <mxPoint x="1115" y="680"/>
                            <mxPoint x="260" y="680"/>
                            <mxPoint x="30" y="680"/>
                        </Array>
                    </mxGeometry>
                </mxCell>
                <mxCell id="30" value="&lt;table border=&quot;1&quot; width=&quot;100%&quot; height=&quot;100%&quot; cellpadding=&quot;4&quot; style=&quot;width:100%;height:100%;border-collapse:collapse;&quot;&gt;&lt;tbody&gt;&lt;tr&gt;&lt;th align=&quot;center&quot;&gt;&lt;b style=&quot;color: rgb(63, 63, 63); scrollbar-color: rgb(226, 226, 226) rgb(251, 251, 251);&quot;&gt;DepartmentRepository&lt;/b&gt;&lt;/th&gt;&lt;/tr&gt;&lt;tr&gt;&lt;td align=&quot;center&quot;&gt;+AppDbContext&lt;br&gt;+DepartmentEntityAdapter&lt;br&gt;&lt;/td&gt;&lt;/tr&gt;&lt;tr&gt;&lt;td align=&quot;center&quot;&gt;&lt;span style=&quot;color: rgb(63, 63, 63);&quot;&gt;+DepartmentRepository&lt;/span&gt;&lt;br&gt;+FindAll()&lt;br&gt;+FindById(id:&lt;span style=&quot;color: rgb(63, 63, 63);&quot;&gt;int&amp;nbsp;&lt;/span&gt;)&lt;br&gt;+Create(department:&lt;span style=&quot;color: rgb(63, 63, 63);&quot;&gt;Department&lt;/span&gt;)&lt;br&gt;&lt;/td&gt;&lt;/tr&gt;&lt;/tbody&gt;&lt;/table&gt;" style="text;html=1;whiteSpace=wrap;strokeColor=none;fillColor=none;overflow=fill;labelBorderColor=default;" parent="1" vertex="1">
                    <mxGeometry x="1020" y="405" width="190" height="180" as="geometry"/>
                </mxCell>
                <mxCell id="35" style="edgeStyle=none;html=1;exitX=0.5;exitY=1;exitDx=0;exitDy=0;entryX=0.5;entryY=1;entryDx=0;entryDy=0;rounded=0;curved=0;dashed=1;endArrow=block;endFill=0;" parent="1" source="31" target="17" edge="1">
                    <mxGeometry relative="1" as="geometry">
                        <Array as="points">
                            <mxPoint x="1540" y="690"/>
                            <mxPoint x="400" y="690"/>
                        </Array>
                    </mxGeometry>
                </mxCell>
                <mxCell id="31" value="&lt;table border=&quot;1&quot; width=&quot;100%&quot; height=&quot;100%&quot; cellpadding=&quot;4&quot; style=&quot;width:100%;height:100%;border-collapse:collapse;&quot;&gt;&lt;tbody&gt;&lt;tr&gt;&lt;th align=&quot;center&quot;&gt;EmployeeRepository&lt;/th&gt;&lt;/tr&gt;&lt;tr&gt;&lt;td align=&quot;center&quot;&gt;-AppDbContext&lt;br&gt;-EmployeeEntityAdapter&lt;br&gt;-DepartmentEntityAdapter&lt;/td&gt;&lt;/tr&gt;&lt;tr&gt;&lt;td align=&quot;center&quot;&gt;+Create(Employee employee)&lt;br&gt;+Create(Employee employee)&lt;br&gt;+List&amp;lt;Department&amp;gt; FindAll()&lt;/td&gt;&lt;/tr&gt;&lt;/tbody&gt;&lt;/table&gt;" style="text;html=1;whiteSpace=wrap;strokeColor=none;fillColor=none;overflow=fill;labelBorderColor=default;" parent="1" vertex="1">
                    <mxGeometry x="1450" y="399.5" width="180" height="180" as="geometry"/>
                </mxCell>
                <mxCell id="39" style="edgeStyle=none;html=1;exitX=0.5;exitY=1;exitDx=0;exitDy=0;entryX=0.5;entryY=1;entryDx=0;entryDy=0;rounded=0;curved=0;dashed=1;endArrow=block;endFill=0;" parent="1" source="26" target="11" edge="1">
                    <mxGeometry relative="1" as="geometry">
                        <Array as="points">
                            <mxPoint x="1540" y="960"/>
                            <mxPoint x="490" y="960"/>
                            <mxPoint x="400" y="960"/>
                        </Array>
                    </mxGeometry>
                </mxCell>
                <mxCell id="40" value="&lt;table border=&quot;1&quot; width=&quot;100%&quot; height=&quot;100%&quot; cellpadding=&quot;4&quot; style=&quot;width:100%;height:100%;border-collapse:collapse;&quot;&gt;&lt;tbody&gt;&lt;tr&gt;&lt;th align=&quot;center&quot;&gt;DependencyExtension&lt;/th&gt;&lt;/tr&gt;&lt;tr&gt;&lt;td align=&quot;center&quot;&gt;&lt;br&gt;&lt;/td&gt;&lt;/tr&gt;&lt;tr&gt;&lt;td align=&quot;center&quot;&gt;+SettingDependencyInjection:void&lt;br&gt;-SettingEntityFrameworkCore:void&lt;br&gt;-SettingInfrastructures:void&lt;br&gt;-SettingApplications:void&lt;br&gt;-SettingPresentations:void&lt;/td&gt;&lt;/tr&gt;&lt;/tbody&gt;&lt;/table&gt;" style="text;html=1;whiteSpace=wrap;strokeColor=none;fillColor=none;overflow=fill;labelBorderColor=default;" parent="1" vertex="1">
                    <mxGeometry x="-700" y="30" width="230" height="180" as="geometry"/>
                </mxCell>
                <mxCell id="41" value="&lt;table border=&quot;1&quot; width=&quot;100%&quot; height=&quot;100%&quot; cellpadding=&quot;4&quot; style=&quot;width:100%;height:100%;border-collapse:collapse;&quot;&gt;&lt;tbody&gt;&lt;tr&gt;&lt;th align=&quot;center&quot;&gt;TempDataStore&amp;lt;T&amp;gt;&lt;/th&gt;&lt;/tr&gt;&lt;tr&gt;&lt;td align=&quot;center&quot;&gt;-_key:string&lt;/td&gt;&lt;/tr&gt;&lt;tr&gt;&lt;td align=&quot;center&quot;&gt;+TempDataStore(string key)&lt;br&gt;+Load(Controller controller)&lt;br&gt;+Save(Controller controller, T model)&lt;/td&gt;&lt;/tr&gt;&lt;/tbody&gt;&lt;/table&gt;" style="text;html=1;whiteSpace=wrap;strokeColor=none;fillColor=none;overflow=fill;labelBorderColor=default;" parent="1" vertex="1">
                    <mxGeometry x="-1440" y="-10" width="230" height="180" as="geometry"/>
                </mxCell>
                <mxCell id="42" value="&lt;table border=&quot;1&quot; width=&quot;100%&quot; height=&quot;100%&quot; cellpadding=&quot;4&quot; style=&quot;width:100%;height:100%;border-collapse:collapse;&quot;&gt;&lt;tbody&gt;&lt;tr&gt;&lt;th align=&quot;center&quot;&gt;InternalExceptionLoggingMiddleware&lt;/th&gt;&lt;/tr&gt;&lt;tr&gt;&lt;td align=&quot;center&quot;&gt;-RequestDelegate _next&lt;br&gt;-ILogger&amp;lt;InternalExceptionLoggingMiddleware&amp;gt; _logger&lt;/td&gt;&lt;/tr&gt;&lt;tr&gt;&lt;td align=&quot;center&quot;&gt;+InternalExceptionLoggingMiddleware&lt;br&gt;+InvokeAsync(HttpContext context)&lt;/td&gt;&lt;/tr&gt;&lt;/tbody&gt;&lt;/table&gt;" style="text;html=1;whiteSpace=wrap;strokeColor=none;fillColor=none;overflow=fill;labelBorderColor=default;" parent="1" vertex="1">
                    <mxGeometry x="-1040" y="30" width="290" height="180" as="geometry"/>
                </mxCell>
                <mxCell id="48" style="edgeStyle=none;html=1;exitX=0.5;exitY=0;exitDx=0;exitDy=0;entryX=0.539;entryY=1.009;entryDx=0;entryDy=0;entryPerimeter=0;" parent="1" source="16" target="23" edge="1">
                    <mxGeometry relative="1" as="geometry"/>
                </mxCell>
-                 <mxCell id="139" style="edgeStyle=none;html=1;exitX=0.5;exitY=0;exitDx=0;exitDy=0;entryX=0.5;entryY=1;entryDx=0;entryDy=0;endArrow=none;endFill=0;" edge="1" parent="1" source="49" target="50">
+                 <mxCell id="139" style="edgeStyle=none;html=1;exitX=0.5;exitY=0;exitDx=0;exitDy=0;entryX=0.5;entryY=1;entryDx=0;entryDy=0;endArrow=none;endFill=0;" parent="1" source="49" target="50" edge="1">
                    <mxGeometry relative="1" as="geometry"/>
                </mxCell>
                <mxCell id="49" value="&lt;table border=&quot;1&quot; width=&quot;100%&quot; height=&quot;100%&quot; cellpadding=&quot;4&quot; style=&quot;width:100%;height:100%;border-collapse:collapse;&quot;&gt;&lt;tbody&gt;&lt;tr&gt;&lt;th align=&quot;center&quot;&gt;DepartmentListViewModel&lt;/th&gt;&lt;/tr&gt;&lt;tr&gt;&lt;td align=&quot;center&quot;&gt;+DeptName:string&lt;br&gt;+DeptId:int&lt;/td&gt;&lt;/tr&gt;&lt;tr&gt;&lt;td align=&quot;center&quot;&gt;+SetDepartments&lt;/td&gt;&lt;/tr&gt;&lt;/tbody&gt;&lt;/table&gt;" style="text;html=1;whiteSpace=wrap;strokeColor=none;fillColor=none;overflow=fill;labelBorderColor=default;" parent="1" vertex="1">
                    <mxGeometry x="-1223.5" y="1180" width="217" height="180" as="geometry"/>
                </mxCell>
-                 <mxCell id="118" style="edgeStyle=none;html=1;exitX=0.5;exitY=1;exitDx=0;exitDy=0;entryX=0.25;entryY=1;entryDx=0;entryDy=0;dashed=1;rounded=0;curved=0;endArrow=block;endFill=0;" edge="1" parent="1" source="50" target="21">
+                 <mxCell id="118" style="edgeStyle=none;html=1;exitX=0.5;exitY=1;exitDx=0;exitDy=0;entryX=0.25;entryY=1;entryDx=0;entryDy=0;dashed=1;rounded=0;curved=0;endArrow=block;endFill=0;" parent="1" source="50" target="21" edge="1">
                    <mxGeometry relative="1" as="geometry">
                        <Array as="points">
                            <mxPoint x="-1115" y="1050"/>
                            <mxPoint x="-52" y="1050"/>
                        </Array>
                    </mxGeometry>
                </mxCell>
                <mxCell id="50" value="&lt;table border=&quot;1&quot; width=&quot;100%&quot; height=&quot;100%&quot; cellpadding=&quot;4&quot; style=&quot;width:100%;height:100%;border-collapse:collapse;&quot;&gt;&lt;tbody&gt;&lt;tr&gt;&lt;th align=&quot;center&quot;&gt;DepartmentListViewModelAdapter&lt;/th&gt;&lt;/tr&gt;&lt;tr&gt;&lt;td align=&quot;center&quot;&gt;&lt;br&gt;&lt;/td&gt;&lt;/tr&gt;&lt;tr&gt;&lt;td align=&quot;center&quot;&gt;+Restore(DepartmentListViewModel target)&lt;br&gt;+DepartmentListViewModelAdapter&lt;br&gt;+Convert(Department department)&lt;/td&gt;&lt;/tr&gt;&lt;/tbody&gt;&lt;/table&gt;" style="text;html=1;whiteSpace=wrap;strokeColor=none;fillColor=none;overflow=fill;labelBorderColor=default;" parent="1" vertex="1">
                    <mxGeometry x="-1240" y="820" width="250" height="180" as="geometry"/>
                </mxCell>
-                 <mxCell id="138" style="edgeStyle=none;html=1;exitX=0.5;exitY=0;exitDx=0;exitDy=0;entryX=0.5;entryY=1;entryDx=0;entryDy=0;endArrow=none;endFill=0;" edge="1" parent="1" source="51" target="52">
+                 <mxCell id="138" style="edgeStyle=none;html=1;exitX=0.5;exitY=0;exitDx=0;exitDy=0;entryX=0.5;entryY=1;entryDx=0;entryDy=0;endArrow=none;endFill=0;" parent="1" source="51" target="52" edge="1">
                    <mxGeometry relative="1" as="geometry"/>
                </mxCell>
                <mxCell id="51" value="&lt;table border=&quot;1&quot; width=&quot;100%&quot; height=&quot;100%&quot; cellpadding=&quot;4&quot; style=&quot;width:100%;height:100%;border-collapse:collapse;&quot;&gt;&lt;tbody&gt;&lt;tr&gt;&lt;th align=&quot;center&quot;&gt;DepartmentRegisterViewModel&lt;/th&gt;&lt;/tr&gt;&lt;tr&gt;&lt;td align=&quot;center&quot;&gt;&lt;span style=&quot;color: rgb(63, 63, 63);&quot;&gt;+DeptName:string&lt;/span&gt;&lt;/td&gt;&lt;/tr&gt;&lt;tr&gt;&lt;td align=&quot;center&quot;&gt;+ToString()&lt;/td&gt;&lt;/tr&gt;&lt;/tbody&gt;&lt;/table&gt;" style="text;html=1;whiteSpace=wrap;strokeColor=none;fillColor=none;overflow=fill;labelBorderColor=default;" parent="1" vertex="1">
                    <mxGeometry x="-1547.5" y="1180" width="225" height="180" as="geometry"/>
                </mxCell>
-                 <mxCell id="120" style="edgeStyle=none;html=1;exitX=0.5;exitY=1;exitDx=0;exitDy=0;entryX=0.25;entryY=1;entryDx=0;entryDy=0;rounded=0;curved=0;dashed=1;endArrow=block;endFill=0;" edge="1" parent="1" source="52" target="21">
+                 <mxCell id="120" style="edgeStyle=none;html=1;exitX=0.5;exitY=1;exitDx=0;exitDy=0;entryX=0.25;entryY=1;entryDx=0;entryDy=0;rounded=0;curved=0;dashed=1;endArrow=block;endFill=0;" parent="1" source="52" target="21" edge="1">
                    <mxGeometry relative="1" as="geometry">
                        <Array as="points">
                            <mxPoint x="-1435" y="1050"/>
                            <mxPoint x="-52" y="1050"/>
                        </Array>
                    </mxGeometry>
                </mxCell>
-                 <mxCell id="126" style="edgeStyle=none;html=1;exitX=0.75;exitY=1;exitDx=0;exitDy=0;rounded=0;curved=0;dashed=1;endArrow=block;endFill=0;" edge="1" parent="1" source="52">
+                 <mxCell id="126" style="edgeStyle=none;html=1;exitX=0.75;exitY=1;exitDx=0;exitDy=0;rounded=0;curved=0;dashed=1;endArrow=block;endFill=0;" parent="1" source="52" edge="1">
                    <mxGeometry relative="1" as="geometry">
                        <mxPoint x="350" y="900" as="targetPoint"/>
                        <Array as="points">
                            <mxPoint x="-1372" y="1080"/>
                            <mxPoint x="350" y="1080"/>
                        </Array>
                    </mxGeometry>
                </mxCell>
                <mxCell id="52" value="&lt;table border=&quot;1&quot; width=&quot;100%&quot; height=&quot;100%&quot; cellpadding=&quot;4&quot; style=&quot;width:100%;height:100%;border-collapse:collapse;&quot;&gt;&lt;tbody&gt;&lt;tr&gt;&lt;th align=&quot;center&quot;&gt;DepartmentRegisterViewModelAdapter&lt;/th&gt;&lt;/tr&gt;&lt;tr&gt;&lt;td align=&quot;center&quot;&gt;&lt;br&gt;&lt;/td&gt;&lt;/tr&gt;&lt;tr&gt;&lt;td align=&quot;center&quot;&gt;+Restore&lt;/td&gt;&lt;/tr&gt;&lt;/tbody&gt;&lt;/table&gt;" style="text;html=1;whiteSpace=wrap;strokeColor=none;fillColor=none;overflow=fill;labelBorderColor=default;" parent="1" vertex="1">
                    <mxGeometry x="-1560" y="820" width="250" height="180" as="geometry"/>
                </mxCell>
-                 <mxCell id="140" style="edgeStyle=none;html=1;exitX=0.5;exitY=0;exitDx=0;exitDy=0;entryX=0.5;entryY=1;entryDx=0;entryDy=0;endArrow=none;endFill=0;" edge="1" parent="1" source="53" target="54">
+                 <mxCell id="140" style="edgeStyle=none;html=1;exitX=0.5;exitY=0;exitDx=0;exitDy=0;entryX=0.5;entryY=1;entryDx=0;entryDy=0;endArrow=none;endFill=0;" parent="1" source="53" target="54" edge="1">
                    <mxGeometry relative="1" as="geometry"/>
                </mxCell>
                <mxCell id="53" value="&lt;table border=&quot;1&quot; width=&quot;100%&quot; height=&quot;100%&quot; cellpadding=&quot;4&quot; style=&quot;width:100%;height:100%;border-collapse:collapse;&quot;&gt;&lt;tbody&gt;&lt;tr&gt;&lt;th align=&quot;center&quot;&gt;EmployeeRegisterViewModel&lt;/th&gt;&lt;/tr&gt;&lt;tr&gt;&lt;td align=&quot;center&quot;&gt;+Name:string&lt;br&gt;+DeptId:int&lt;br&gt;+DeptName:string&lt;br&gt;+Departments:List&amp;lt;SelectListItem&amp;gt;?&lt;/td&gt;&lt;/tr&gt;&lt;tr&gt;&lt;td align=&quot;center&quot;&gt;+SetDepartments&lt;/td&gt;&lt;/tr&gt;&lt;/tbody&gt;&lt;/table&gt;" style="text;html=1;whiteSpace=wrap;strokeColor=none;fillColor=none;overflow=fill;labelBorderColor=default;" parent="1" vertex="1">
                    <mxGeometry x="-948.5" y="1180" width="217" height="180" as="geometry"/>
                </mxCell>
-                 <mxCell id="117" style="edgeStyle=none;html=1;exitX=0.5;exitY=1;exitDx=0;exitDy=0;entryX=0.25;entryY=1;entryDx=0;entryDy=0;endArrow=block;endFill=0;rounded=0;curved=0;dashed=1;" edge="1" parent="1" source="54" target="21">
+                 <mxCell id="117" style="edgeStyle=none;html=1;exitX=0.5;exitY=1;exitDx=0;exitDy=0;entryX=0.25;entryY=1;entryDx=0;entryDy=0;endArrow=block;endFill=0;rounded=0;curved=0;dashed=1;" parent="1" source="54" target="21" edge="1">
                    <mxGeometry relative="1" as="geometry">
                        <Array as="points">
                            <mxPoint x="-840" y="1050"/>
                            <mxPoint x="-52" y="1050"/>
                        </Array>
                    </mxGeometry>
                </mxCell>
-                 <mxCell id="122" style="edgeStyle=none;html=1;exitX=0.75;exitY=1;exitDx=0;exitDy=0;entryX=0.265;entryY=1;entryDx=0;entryDy=0;rounded=0;curved=0;dashed=1;endArrow=block;endFill=0;entryPerimeter=0;" edge="1" parent="1" source="54" target="11">
+                 <mxCell id="122" style="edgeStyle=none;html=1;exitX=0.75;exitY=1;exitDx=0;exitDy=0;entryX=0.265;entryY=1;entryDx=0;entryDy=0;rounded=0;curved=0;dashed=1;endArrow=block;endFill=0;entryPerimeter=0;" parent="1" source="54" target="11" edge="1">
                    <mxGeometry relative="1" as="geometry">
                        <Array as="points">
                            <mxPoint x="-780" y="1080"/>
                            <mxPoint x="348" y="1080"/>
                        </Array>
                    </mxGeometry>
                </mxCell>
                <mxCell id="54" value="&lt;table border=&quot;1&quot; width=&quot;100%&quot; height=&quot;100%&quot; cellpadding=&quot;4&quot; style=&quot;width:100%;height:100%;border-collapse:collapse;&quot;&gt;&lt;tbody&gt;&lt;tr&gt;&lt;th align=&quot;center&quot;&gt;EmployeeRegisterViewModelAdapter&lt;/th&gt;&lt;/tr&gt;&lt;tr&gt;&lt;td align=&quot;center&quot;&gt;&lt;br&gt;&lt;/td&gt;&lt;/tr&gt;&lt;tr&gt;&lt;td align=&quot;center&quot;&gt;&lt;span style=&quot;color: rgb(63, 63, 63); font-weight: 700;&quot;&gt;+SetDepartments&lt;/span&gt;&lt;br&gt;+Restore&lt;/td&gt;&lt;/tr&gt;&lt;/tbody&gt;&lt;/table&gt;" style="text;html=1;whiteSpace=wrap;strokeColor=none;fillColor=none;overflow=fill;labelBorderColor=default;" parent="1" vertex="1">
                    <mxGeometry x="-960" y="820" width="240" height="180" as="geometry"/>
                </mxCell>
-                 <mxCell id="141" style="edgeStyle=none;html=1;exitX=0.5;exitY=0;exitDx=0;exitDy=0;entryX=0.5;entryY=1;entryDx=0;entryDy=0;endArrow=none;endFill=0;" edge="1" parent="1" source="55" target="56">
+                 <mxCell id="141" style="edgeStyle=none;html=1;exitX=0.5;exitY=0;exitDx=0;exitDy=0;entryX=0.5;entryY=1;entryDx=0;entryDy=0;endArrow=none;endFill=0;" parent="1" source="55" target="56" edge="1">
                    <mxGeometry relative="1" as="geometry"/>
                </mxCell>
                <mxCell id="55" value="&lt;table border=&quot;1&quot; width=&quot;100%&quot; height=&quot;100%&quot; cellpadding=&quot;4&quot; style=&quot;width:100%;height:100%;border-collapse:collapse;&quot;&gt;&lt;tbody&gt;&lt;tr&gt;&lt;th align=&quot;center&quot;&gt;EmployeeListViewModel&lt;/th&gt;&lt;/tr&gt;&lt;tr&gt;&lt;td align=&quot;center&quot;&gt;+Id;int&lt;br&gt;+Name:string&lt;br&gt;+DeptId:Department&lt;br&gt;+DeptName:string&lt;/td&gt;&lt;/tr&gt;&lt;tr&gt;&lt;td align=&quot;center&quot;&gt;+SetEmployees&lt;br&gt;+ToString()&lt;/td&gt;&lt;/tr&gt;&lt;/tbody&gt;&lt;/table&gt;" style="text;html=1;whiteSpace=wrap;strokeColor=none;fillColor=none;overflow=fill;labelBorderColor=default;" parent="1" vertex="1">
                    <mxGeometry x="-653" y="1180" width="180" height="180" as="geometry"/>
                </mxCell>
-                 <mxCell id="116" style="edgeStyle=none;html=1;exitX=0.5;exitY=1;exitDx=0;exitDy=0;entryX=0.25;entryY=1;entryDx=0;entryDy=0;rounded=0;curved=0;endArrow=block;endFill=0;dashed=1;" edge="1" parent="1" source="56" target="21">
+                 <mxCell id="116" style="edgeStyle=none;html=1;exitX=0.5;exitY=1;exitDx=0;exitDy=0;entryX=0.25;entryY=1;entryDx=0;entryDy=0;rounded=0;curved=0;endArrow=block;endFill=0;dashed=1;" parent="1" source="56" target="21" edge="1">
                    <mxGeometry relative="1" as="geometry">
                        <Array as="points">
                            <mxPoint x="-563" y="1050"/>
                            <mxPoint x="-52" y="1050"/>
                        </Array>
                    </mxGeometry>
                </mxCell>
-                 <mxCell id="121" style="edgeStyle=none;html=1;exitX=0.75;exitY=1;exitDx=0;exitDy=0;rounded=0;curved=0;dashed=1;endArrow=block;endFill=0;" edge="1" parent="1">
+                 <mxCell id="121" style="edgeStyle=none;html=1;exitX=0.75;exitY=1;exitDx=0;exitDy=0;rounded=0;curved=0;dashed=1;endArrow=block;endFill=0;" parent="1" edge="1">
                    <mxGeometry relative="1" as="geometry">
                        <mxPoint x="-510" y="990" as="sourcePoint"/>
                        <mxPoint x="350" y="900" as="targetPoint"/>
                        <Array as="points">
                            <mxPoint x="-510" y="1080"/>
                            <mxPoint x="351" y="1080"/>
                        </Array>
                    </mxGeometry>
                </mxCell>
                <mxCell id="56" value="&lt;table border=&quot;1&quot; width=&quot;100%&quot; height=&quot;100%&quot; cellpadding=&quot;4&quot; style=&quot;width:100%;height:100%;border-collapse:collapse;&quot;&gt;&lt;tbody&gt;&lt;tr&gt;&lt;th align=&quot;center&quot;&gt;EmployeeListViewModelAdapter&lt;/th&gt;&lt;/tr&gt;&lt;tr&gt;&lt;td align=&quot;center&quot;&gt;&lt;br&gt;&lt;/td&gt;&lt;/tr&gt;&lt;tr&gt;&lt;td align=&quot;center&quot;&gt;+Restore&lt;br&gt;+Convert&lt;/td&gt;&lt;/tr&gt;&lt;/tbody&gt;&lt;/table&gt;" style="text;html=1;whiteSpace=wrap;strokeColor=none;fillColor=none;overflow=fill;labelBorderColor=default;" parent="1" vertex="1">
                    <mxGeometry x="-663" y="810" width="200" height="180" as="geometry"/>
                </mxCell>
                <mxCell id="80" value="&lt;table border=&quot;1&quot; width=&quot;100%&quot; height=&quot;100%&quot; cellpadding=&quot;4&quot; style=&quot;width:100%;height:100%;border-collapse:collapse;&quot;&gt;&lt;tbody&gt;&lt;tr&gt;&lt;th align=&quot;center&quot;&gt;&lt;span style=&quot;color: rgb(63, 63, 63);&quot;&gt;&amp;lt;&amp;lt;interface&amp;gt;&amp;gt;&lt;/span&gt;&lt;br&gt;IDepartmentListService&lt;/th&gt;&lt;/tr&gt;&lt;tr&gt;&lt;td align=&quot;center&quot;&gt;&lt;br&gt;&lt;/td&gt;&lt;/tr&gt;&lt;tr&gt;&lt;td align=&quot;center&quot;&gt;+ GetDepartments()&lt;/td&gt;&lt;/tr&gt;&lt;/tbody&gt;&lt;/table&gt;" style="text;html=1;whiteSpace=wrap;strokeColor=none;fillColor=none;overflow=fill;labelBorderColor=default;" parent="1" vertex="1">
                    <mxGeometry x="60" y="30" width="180" height="180" as="geometry"/>
                </mxCell>
                <mxCell id="84" style="edgeStyle=none;html=1;exitX=0.5;exitY=0;exitDx=0;exitDy=0;entryX=0.5;entryY=1;entryDx=0;entryDy=0;dashed=1;dashPattern=8 8;endArrow=block;endFill=0;" parent="1" source="81" target="80" edge="1">
                    <mxGeometry relative="1" as="geometry"/>
                </mxCell>
-                 <mxCell id="134" style="edgeStyle=none;html=1;exitX=0.5;exitY=0;exitDx=0;exitDy=0;entryX=0;entryY=0.5;entryDx=0;entryDy=0;endArrow=diamond;endFill=0;" edge="1" parent="1" source="81" target="27">
+                 <mxCell id="134" style="edgeStyle=none;html=1;exitX=0.5;exitY=0;exitDx=0;exitDy=0;entryX=0;entryY=0.5;entryDx=0;entryDy=0;endArrow=diamond;endFill=0;" parent="1" source="81" target="27" edge="1">
                    <mxGeometry relative="1" as="geometry"/>
                </mxCell>
                <mxCell id="81" value="&lt;table border=&quot;1&quot; width=&quot;100%&quot; height=&quot;100%&quot; cellpadding=&quot;4&quot; style=&quot;width:100%;height:100%;border-collapse:collapse;&quot;&gt;&lt;tbody&gt;&lt;tr&gt;&lt;th align=&quot;center&quot;&gt;DepartmentListService&lt;/th&gt;&lt;/tr&gt;&lt;tr&gt;&lt;td align=&quot;center&quot;&gt;-AppDbContext&lt;br&gt;-IDepartmentRepository&lt;/td&gt;&lt;/tr&gt;&lt;tr&gt;&lt;td align=&quot;center&quot;&gt;+DepartmentListService&lt;br&gt;+GetDepartments()&lt;/td&gt;&lt;/tr&gt;&lt;/tbody&gt;&lt;/table&gt;" style="text;html=1;whiteSpace=wrap;strokeColor=none;fillColor=none;overflow=fill;labelBorderColor=default;" parent="1" vertex="1">
                    <mxGeometry x="60" y="250" width="180" height="180" as="geometry"/>
                </mxCell>
                <mxCell id="82" value="&lt;table border=&quot;1&quot; width=&quot;100%&quot; height=&quot;100%&quot; cellpadding=&quot;4&quot; style=&quot;width:100%;height:100%;border-collapse:collapse;&quot;&gt;&lt;tbody&gt;&lt;tr&gt;&lt;th align=&quot;center&quot;&gt;&lt;span style=&quot;color: rgb(63, 63, 63);&quot;&gt;&amp;lt;&amp;lt;interface&amp;gt;&amp;gt;&lt;/span&gt;&lt;br&gt;IEmployeeListService&lt;/th&gt;&lt;/tr&gt;&lt;tr&gt;&lt;td align=&quot;center&quot;&gt;&lt;br&gt;&lt;/td&gt;&lt;/tr&gt;&lt;tr&gt;&lt;td align=&quot;center&quot;&gt;+GetDepartments()&lt;br&gt;+GetEmployees()&lt;br&gt;+GetById()&lt;/td&gt;&lt;/tr&gt;&lt;/tbody&gt;&lt;/table&gt;" style="text;html=1;whiteSpace=wrap;strokeColor=none;fillColor=none;overflow=fill;labelBorderColor=default;" parent="1" vertex="1">
                    <mxGeometry x="590" y="30" width="180" height="180" as="geometry"/>
                </mxCell>
                <mxCell id="85" style="edgeStyle=none;html=1;exitX=0.5;exitY=0;exitDx=0;exitDy=0;entryX=0.5;entryY=1;entryDx=0;entryDy=0;dashed=1;dashPattern=8 8;endArrow=block;endFill=0;" parent="1" source="83" target="82" edge="1">
                    <mxGeometry relative="1" as="geometry"/>
                </mxCell>
-                 <mxCell id="132" style="edgeStyle=none;html=1;exitX=0.5;exitY=0;exitDx=0;exitDy=0;entryX=0;entryY=0.5;entryDx=0;entryDy=0;rounded=0;curved=0;endArrow=diamond;endFill=0;" edge="1" parent="1" source="83" target="27">
+                 <mxCell id="132" style="edgeStyle=none;html=1;exitX=0.5;exitY=0;exitDx=0;exitDy=0;entryX=0;entryY=0.5;entryDx=0;entryDy=0;rounded=0;curved=0;endArrow=diamond;endFill=0;" parent="1" source="83" target="27" edge="1">
                    <mxGeometry relative="1" as="geometry"/>
                </mxCell>
                <mxCell id="83" value="&lt;table border=&quot;1&quot; width=&quot;100%&quot; height=&quot;100%&quot; cellpadding=&quot;4&quot; style=&quot;width:100%;height:100%;border-collapse:collapse;&quot;&gt;&lt;tbody&gt;&lt;tr&gt;&lt;th align=&quot;center&quot;&gt;EmployeeListService&lt;/th&gt;&lt;/tr&gt;&lt;tr&gt;&lt;td align=&quot;center&quot;&gt;-AppDbContext&lt;br&gt;-IDepartmentRepository&lt;br&gt;-IEmployeeRepository&lt;/td&gt;&lt;/tr&gt;&lt;tr&gt;&lt;td align=&quot;center&quot;&gt;+EmployeeListService&lt;br&gt;+GetDepartments()&lt;br&gt;+GetEmployees()&lt;br&gt;+GetById&lt;/td&gt;&lt;/tr&gt;&lt;/tbody&gt;&lt;/table&gt;" style="text;html=1;whiteSpace=wrap;strokeColor=none;fillColor=none;overflow=fill;labelBorderColor=default;" parent="1" vertex="1">
                    <mxGeometry x="590" y="239.5" width="180" height="180" as="geometry"/>
                </mxCell>
-                 <mxCell id="124" style="edgeStyle=none;html=1;exitX=0.75;exitY=1;exitDx=0;exitDy=0;rounded=0;curved=0;dashed=1;endArrow=block;endFill=0;entryX=0.263;entryY=1.001;entryDx=0;entryDy=0;entryPerimeter=0;" edge="1" parent="1" target="11">
+                 <mxCell id="124" style="edgeStyle=none;html=1;exitX=0.75;exitY=1;exitDx=0;exitDy=0;rounded=0;curved=0;dashed=1;endArrow=block;endFill=0;entryX=0.263;entryY=1.001;entryDx=0;entryDy=0;entryPerimeter=0;" parent="1" target="11" edge="1">
                    <mxGeometry relative="1" as="geometry">
                        <mxPoint x="-1080" y="1001.12" as="sourcePoint"/>
                        <mxPoint x="350" y="899.5" as="targetPoint"/>
                        <Array as="points">
                            <mxPoint x="-1080" y="1079.5"/>
                            <mxPoint x="350" y="1080"/>
                        </Array>
                    </mxGeometry>
                </mxCell>
            </root>
        </mxGraphModel>
    </diagram>
</mxfile>